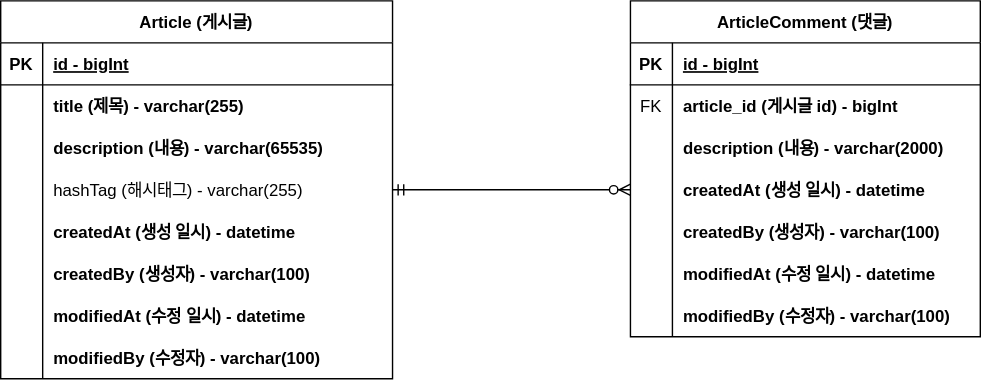
Junobee25/project-board keeps this draw.io diagram as document/project-board-erd.svg. Above is the earlier version. Source tidied: cells renumbered, new cells last; positions are measured from the earlier drawing's top-left corner, leaving out a move shared by most shapes.
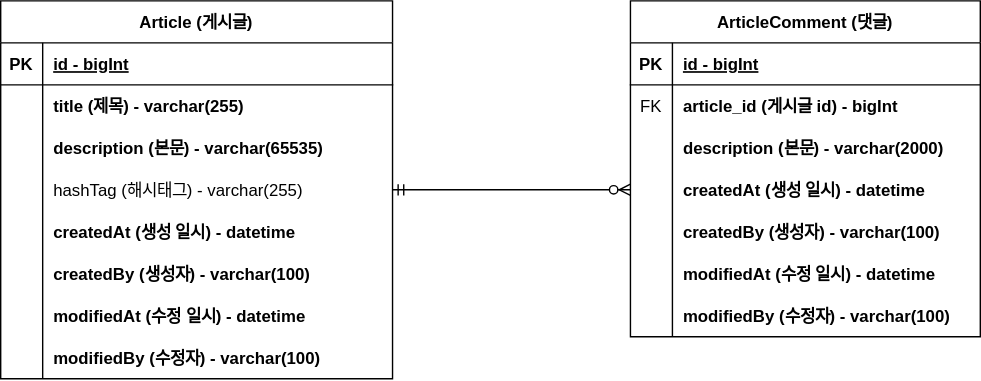
The same file after the commit.

Commit message:
#10 - ERD 주석 업데이트 project-board-erd.svg

Diff of the diagram source:
```diff
@@ -29,7 +29,7 @@
     <mxCell id="10" style="shape=partialRectangle;overflow=hidden;fillColor=none;top=0;left=0;bottom=0;right=0;" parent="9" vertex="1">
       <mxGeometry width="30" height="30" as="geometry" />
     </mxCell>
-    <mxCell id="11" value="description (내용) - varchar(65535)" style="shape=partialRectangle;overflow=hidden;fillColor=none;top=0;left=0;bottom=0;right=0;align=left;spacingLeft=6;fontStyle=1;" parent="9" vertex="1">
+    <mxCell id="11" value="description (본문) - varchar(65535)" style="shape=partialRectangle;overflow=hidden;fillColor=none;top=0;left=0;bottom=0;right=0;align=left;spacingLeft=6;fontStyle=1;" parent="9" vertex="1">
       <mxGeometry x="30" width="250" height="30" as="geometry" />
     </mxCell>
     <mxCell id="12" style="shape=partialRectangle;fillColor=none;points=[[0,0.5],[1,0.5]];portConstraint=eastwest;top=0;left=0;right=0;bottom=0;" parent="2" vertex="1">
@@ -104,7 +104,7 @@
     <mxCell id="35" style="shape=partialRectangle;overflow=hidden;fillColor=none;top=0;left=0;bottom=0;right=0;" parent="34" vertex="1">
       <mxGeometry width="30" height="30" as="geometry" />
     </mxCell>
-    <mxCell id="36" value="description (내용) - varchar(2000)" style="shape=partialRectangle;overflow=hidden;fillColor=none;top=0;left=0;bottom=0;right=0;align=left;spacingLeft=6;fontStyle=1;" parent="34" vertex="1">
+    <mxCell id="36" value="description (본문) - varchar(2000)" style="shape=partialRectangle;overflow=hidden;fillColor=none;top=0;left=0;bottom=0;right=0;align=left;spacingLeft=6;fontStyle=1;" parent="34" vertex="1">
       <mxGeometry x="30" width="220" height="30" as="geometry" />
     </mxCell>
     <mxCell id="37" style="shape=partialRectangle;fillColor=none;points=[[0,0.5],[1,0.5]];portConstraint=eastwest;top=0;left=0;right=0;bottom=0;" parent="27" vertex="1">
```
